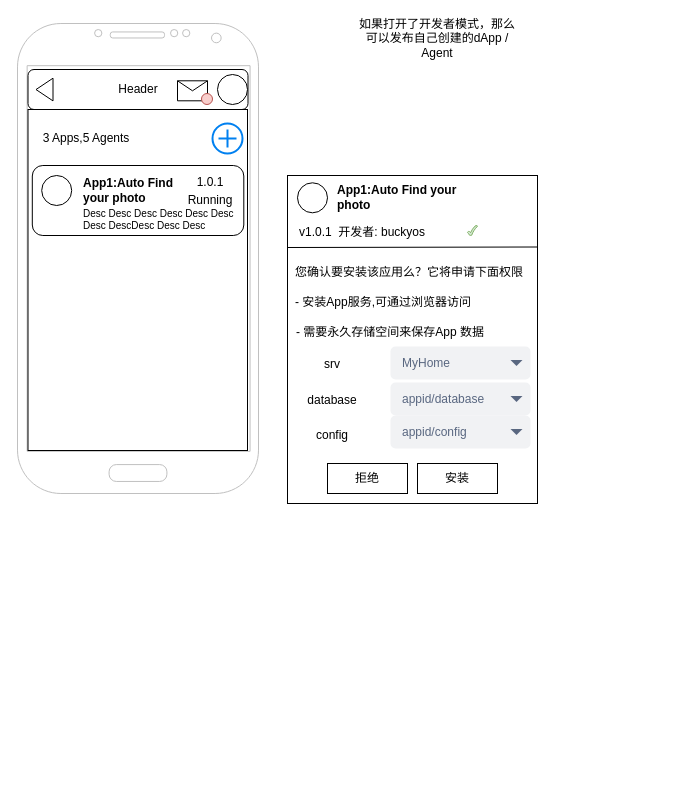
Before: page "dAppList" (6 of 12) of doc/PRD/zone UI.drawio in buckyos/buckyos, a draw.io diagram. Source tidied: cells renumbered, new cells numbered last; positions are measured from the earlier drawing's top-left corner, leaving out a move shared by most shapes. Both pictures are drawn from the tidied source at 100%, with x=0, y=0 at pixel (17, 23).
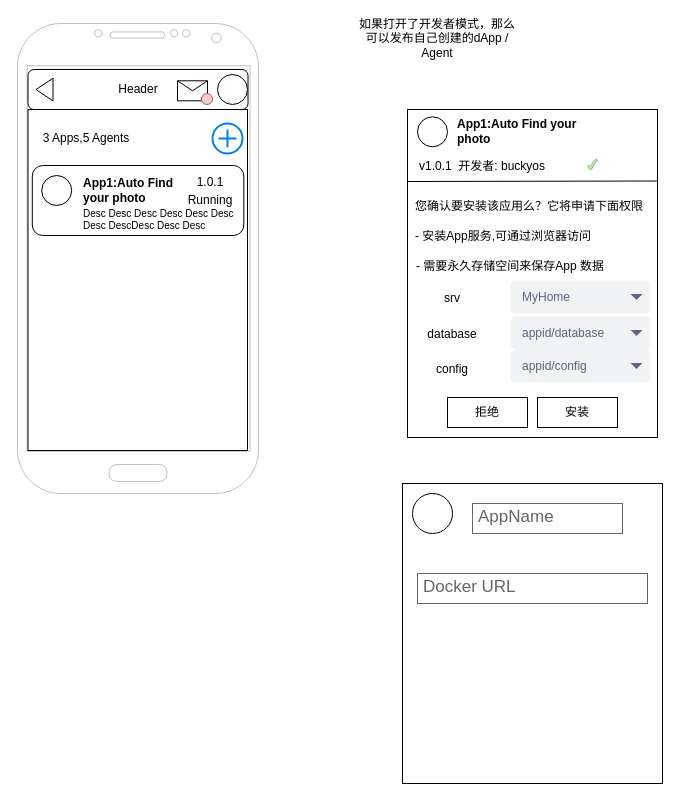
After the change.

Change to the diagram source:
```diff
@@
     <mxCell id="17" style="rounded=0;whiteSpace=wrap;html=1;" parent="1" vertex="1">
-      <mxGeometry x="270" y="152" width="250" height="328" as="geometry" />
+      <mxGeometry x="390" y="86" width="250" height="328" as="geometry" />
     </mxCell>
     <mxCell id="18" style="ellipse;whiteSpace=wrap;html=1;" parent="1" vertex="1">
-      <mxGeometry x="280" y="159.3" width="30" height="30" as="geometry" />
+      <mxGeometry x="400" y="93.3" width="30" height="30" as="geometry" />
     </mxCell>
     <mxCell id="19" value="&lt;b&gt;App1:Auto Find your photo&lt;/b&gt;" style="text;html=1;align=left;verticalAlign=middle;whiteSpace=wrap;rounded=0;" parent="1" vertex="1">
-      <mxGeometry x="317.8" y="159.3" width="132.2" height="30" as="geometry" />
+      <mxGeometry x="437.8" y="93.3" width="132.2" height="30" as="geometry" />
     </mxCell>
     <mxCell id="20" value="&lt;div&gt;&lt;br&gt;&lt;/div&gt;v1.0.1&amp;nbsp; 开发者: buckyos&lt;div&gt;&lt;div&gt;&lt;br&gt;&lt;/div&gt;&lt;/div&gt;" style="text;html=1;align=left;verticalAlign=middle;whiteSpace=wrap;rounded=0;" parent="1" vertex="1">
-      <mxGeometry x="280" y="194" width="140" height="30" as="geometry" />
+      <mxGeometry x="400" y="128" width="140" height="30" as="geometry" />
     </mxCell>
     <mxCell id="21" style="endArrow=none;html=1;rounded=0;entryX=1;entryY=0.25;entryDx=0;entryDy=0;" parent="1" edge="1">
       <mxGeometry relative="1" as="geometry">
-        <mxPoint x="270" y="224" as="sourcePoint" />
-        <mxPoint x="520" y="223.5" as="targetPoint" />
+        <mxPoint x="390" y="158" as="sourcePoint" />
+        <mxPoint x="640" y="157.5" as="targetPoint" />
       </mxGeometry>
     </mxCell>
     <mxCell id="22" value="您确认要安装该应用么？它将申请下面权限" style="text;html=1;align=left;verticalAlign=middle;whiteSpace=wrap;rounded=0;" parent="1" vertex="1">
-      <mxGeometry x="276" y="234" width="234" height="30" as="geometry" />
+      <mxGeometry x="396" y="168" width="234" height="30" as="geometry" />
     </mxCell>
     <mxCell id="23" value="- 需要永久存储空间来保存App 数据" style="text;html=1;align=center;verticalAlign=middle;whiteSpace=wrap;rounded=0;" parent="1" vertex="1">
-      <mxGeometry x="276" y="294" width="194" height="30" as="geometry" />
+      <mxGeometry x="396" y="228" width="194" height="30" as="geometry" />
     </mxCell>
     <mxCell id="24" value="- 安装App服务,可通过浏览器访问" style="text;html=1;align=left;verticalAlign=middle;whiteSpace=wrap;rounded=0;" parent="1" vertex="1">
-      <mxGeometry x="276" y="264" width="194" height="30" as="geometry" />
+      <mxGeometry x="396" y="198" width="194" height="30" as="geometry" />
     </mxCell>
     <mxCell id="25" value="安装" style="rounded=0;whiteSpace=wrap;html=1;" parent="1" vertex="1">
-      <mxGeometry x="400" y="440" width="80" height="30" as="geometry" />
+      <mxGeometry x="520" y="374" width="80" height="30" as="geometry" />
     </mxCell>
     <mxCell id="26" value="拒绝" style="rounded=0;whiteSpace=wrap;html=1;" parent="1" vertex="1">
-      <mxGeometry x="310" y="440" width="80" height="30" as="geometry" />
+      <mxGeometry x="430" y="374" width="80" height="30" as="geometry" />
     </mxCell>
     <mxCell id="27" style="verticalLabelPosition=bottom;verticalAlign=top;html=1;shape=mxgraph.basic.tick;fillColor=#d5e8d4;strokeColor=#82b366;" parent="1" vertex="1">
-      <mxGeometry x="450" y="202" width="10" height="10" as="geometry" />
+      <mxGeometry x="570" y="136" width="10" height="10" as="geometry" />
     </mxCell>
@@
     <mxCell id="29" value="srv" style="text;html=1;align=center;verticalAlign=middle;whiteSpace=wrap;rounded=0;" parent="1" vertex="1">
-      <mxGeometry x="285" y="326" width="60" height="30" as="geometry" />
+      <mxGeometry x="405" y="260" width="60" height="30" as="geometry" />
     </mxCell>
     <mxCell id="30" value="database" style="text;html=1;align=center;verticalAlign=middle;whiteSpace=wrap;rounded=0;" parent="1" vertex="1">
-      <mxGeometry x="285" y="362" width="60" height="30" as="geometry" />
+      <mxGeometry x="405" y="296" width="60" height="30" as="geometry" />
     </mxCell>
     <mxCell id="31" value="config" style="text;html=1;align=center;verticalAlign=middle;whiteSpace=wrap;rounded=0;" parent="1" vertex="1">
-      <mxGeometry x="285" y="397" width="60" height="30" as="geometry" />
+      <mxGeometry x="405" y="331" width="60" height="30" as="geometry" />
     </mxCell>
     <mxCell id="32" value="MyHome" style="rounded=1;fillColor=#F1F2F4;strokeColor=none;html=1;whiteSpace=wrap;fontColor=#596780;align=left;fontSize=12;spacingLeft=10;sketch=0;" parent="1" vertex="1">
-      <mxGeometry x="373" y="323" width="140" height="33" as="geometry" />
+      <mxGeometry x="493" y="257" width="140" height="33" as="geometry" />
     </mxCell>
@@
     <mxCell id="34" value="appid/database" style="rounded=1;fillColor=#F1F2F4;strokeColor=none;html=1;whiteSpace=wrap;fontColor=#596780;align=left;fontSize=12;spacingLeft=10;sketch=0;" parent="1" vertex="1">
-      <mxGeometry x="373" y="359" width="140" height="33" as="geometry" />
+      <mxGeometry x="493" y="293" width="140" height="33" as="geometry" />
     </mxCell>
@@
     <mxCell id="36" value="appid/config" style="rounded=1;fillColor=#F1F2F4;strokeColor=none;html=1;whiteSpace=wrap;fontColor=#596780;align=left;fontSize=12;spacingLeft=10;sketch=0;" parent="1" vertex="1">
-      <mxGeometry x="373" y="392" width="140" height="33" as="geometry" />
+      <mxGeometry x="493" y="326" width="140" height="33" as="geometry" />
     </mxCell>
@@
+    <mxCell id="38" style="rounded=0;whiteSpace=wrap;html=1;" parent="1" vertex="1">
+      <mxGeometry x="385" y="460" width="260" height="300" as="geometry" />
+    </mxCell>
+    <mxCell id="39" style="ellipse;whiteSpace=wrap;html=1;" parent="1" vertex="1">
+      <mxGeometry x="395" y="470" width="40" height="40" as="geometry" />
+    </mxCell>
+    <mxCell id="40" value="AppName" style="strokeWidth=1;shadow=0;dashed=0;align=center;html=1;shape=mxgraph.mockup.text.textBox;fontColor=#666666;align=left;fontSize=17;spacingLeft=4;spacingTop=-3;whiteSpace=wrap;strokeColor=#666666;mainText=;" parent="1" vertex="1">
+      <mxGeometry x="455" y="480" width="150" height="30" as="geometry" />
+    </mxCell>
+    <mxCell id="41" value="Docker URL" style="strokeWidth=1;shadow=0;dashed=0;align=center;html=1;shape=mxgraph.mockup.text.textBox;fontColor=#666666;align=left;fontSize=17;spacingLeft=4;spacingTop=-3;whiteSpace=wrap;strokeColor=#666666;mainText=;" parent="1" vertex="1">
+      <mxGeometry x="400" y="550" width="230" height="30" as="geometry" />
+    </mxCell>
```
